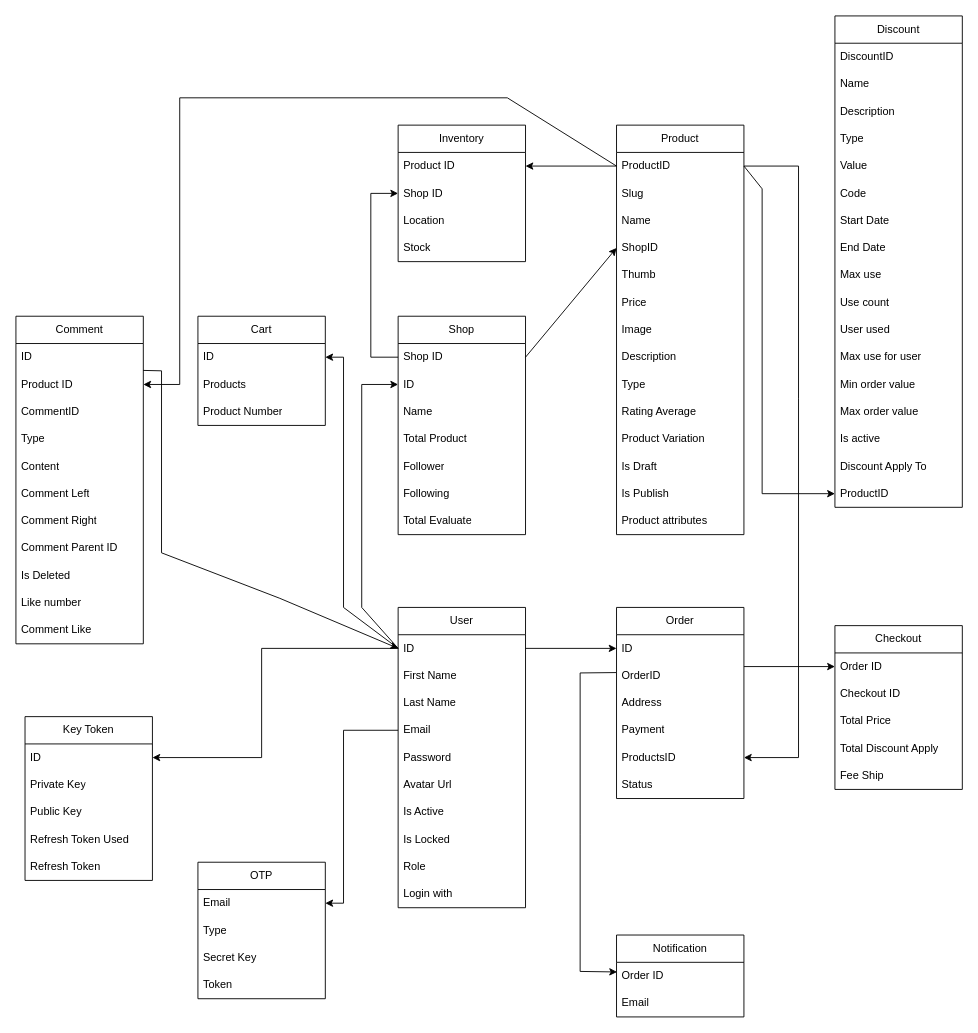
This is Untitled Diagram.drawio from hoangdat12/LazyFy, a draw.io file, before an edit. Source tidied: cells renumbered, new cells numbered last; positions are measured from the earlier drawing's top-left corner, leaving out a move shared by most shapes. Both pictures are drawn from the tidied source at 91%, with x=0, y=0 at pixel (15, 15).
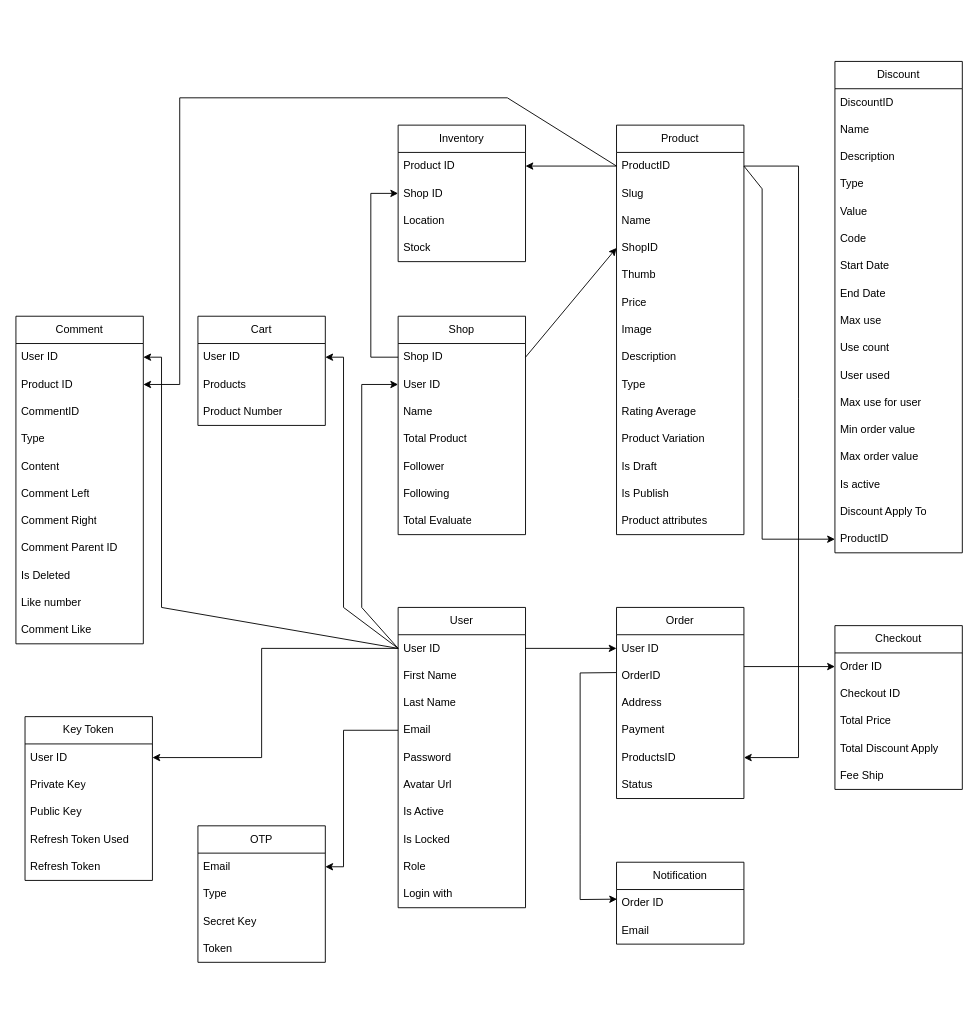
The same page after the edit.

The change refers to these unchanged cells:
```xml
<mxCell id="2" value="User" style="swimlane;fontStyle=0;horizontal=1;startSize=30;whiteSpace=wrap;html=1;" parent="1" vertex="1">
  <mxGeometry x="420" y="650" width="140" height="330" as="geometry" />
</mxCell>
<mxCell id="6" value="Email" style="text;strokeColor=none;fillColor=none;align=left;verticalAlign=middle;spacingLeft=4;spacingRight=4;overflow=hidden;points=[[0,0.5],[1,0.5]];portConstraint=eastwest;whiteSpace=wrap;html=1;" parent="2" vertex="1">
  <mxGeometry y="120" width="140" height="30" as="geometry" />
</mxCell>
<mxCell id="13" value="Key Token" style="swimlane;fontStyle=0;horizontal=1;startSize=30;whiteSpace=wrap;html=1;" parent="1" vertex="1">
  <mxGeometry x="10" y="770" width="140" height="180" as="geometry" />
</mxCell>
<mxCell id="20" value="Email" style="text;strokeColor=none;fillColor=none;align=left;verticalAlign=middle;spacingLeft=4;spacingRight=4;overflow=hidden;points=[[0,0.5],[1,0.5]];portConstraint=eastwest;whiteSpace=wrap;html=1;" parent="19" vertex="1">
  <mxGeometry y="30" width="140" height="30" as="geometry" />
</mxCell>
<mxCell id="25" value="ProductID" style="text;strokeColor=none;fillColor=none;align=left;verticalAlign=middle;spacingLeft=4;spacingRight=4;overflow=hidden;points=[[0,0.5],[1,0.5]];portConstraint=eastwest;whiteSpace=wrap;html=1;" parent="24" vertex="1">
  <mxGeometry y="30" width="140" height="30" as="geometry" />
</mxCell>
<mxCell id="56" value="ProductID" style="text;strokeColor=none;fillColor=none;align=left;verticalAlign=middle;spacingLeft=4;spacingRight=4;overflow=hidden;points=[[0,0.5],[1,0.5]];portConstraint=eastwest;whiteSpace=wrap;html=1;" parent="39" vertex="1">
  <mxGeometry y="510" width="140" height="30" as="geometry" />
</mxCell>
<mxCell id="57" value="Shop" style="swimlane;fontStyle=0;horizontal=1;startSize=30;whiteSpace=wrap;html=1;" parent="1" vertex="1">
  <mxGeometry x="420" y="330" width="140" height="240" as="geometry" />
</mxCell>
<mxCell id="65" value="Order" style="swimlane;fontStyle=0;horizontal=1;startSize=30;whiteSpace=wrap;html=1;" parent="1" vertex="1">
  <mxGeometry x="660" y="650" width="140" height="210" as="geometry" />
</mxCell>
<mxCell id="67" value="OrderID" style="text;strokeColor=none;fillColor=none;align=left;verticalAlign=middle;spacingLeft=4;spacingRight=4;overflow=hidden;points=[[0,0.5],[1,0.5]];portConstraint=eastwest;whiteSpace=wrap;html=1;" parent="65" vertex="1">
  <mxGeometry y="60" width="140" height="30" as="geometry" />
</mxCell>
<mxCell id="83" value="Cart" style="swimlane;fontStyle=0;horizontal=1;startSize=30;whiteSpace=wrap;html=1;" parent="1" vertex="1">
  <mxGeometry x="200" y="330" width="140" height="120" as="geometry" />
</mxCell>
<mxCell id="87" value="Comment" style="swimlane;fontStyle=0;horizontal=1;startSize=30;whiteSpace=wrap;html=1;" parent="1" vertex="1">
  <mxGeometry y="330" width="140" height="360" as="geometry" />
</mxCell>
<mxCell id="110" value="Order ID" style="text;strokeColor=none;fillColor=none;align=left;verticalAlign=middle;spacingLeft=4;spacingRight=4;overflow=hidden;points=[[0,0.5],[1,0.5]];portConstraint=eastwest;whiteSpace=wrap;html=1;" parent="109" vertex="1">
  <mxGeometry y="30" width="140" height="30" as="geometry" />
</mxCell>
```

Diff of the diagram source:
```diff
@@
-    <mxCell id="3" value="ID" style="text;strokeColor=none;fillColor=none;align=left;verticalAlign=middle;spacingLeft=4;spacingRight=4;overflow=hidden;points=[[0,0.5],[1,0.5]];portConstraint=eastwest;whiteSpace=wrap;html=1;" parent="2" vertex="1">
+    <mxCell id="3" value="User ID" style="text;strokeColor=none;fillColor=none;align=left;verticalAlign=middle;spacingLeft=4;spacingRight=4;overflow=hidden;points=[[0,0.5],[1,0.5]];portConstraint=eastwest;whiteSpace=wrap;html=1;" parent="2" vertex="1">
       <mxGeometry y="30" width="140" height="30" as="geometry" />
     </mxCell>
@@
-    <mxCell id="14" value="ID" style="text;strokeColor=none;fillColor=none;align=left;verticalAlign=middle;spacingLeft=4;spacingRight=4;overflow=hidden;points=[[0,0.5],[1,0.5]];portConstraint=eastwest;whiteSpace=wrap;html=1;" parent="13" vertex="1">
+    <mxCell id="14" value="User ID" style="text;strokeColor=none;fillColor=none;align=left;verticalAlign=middle;spacingLeft=4;spacingRight=4;overflow=hidden;points=[[0,0.5],[1,0.5]];portConstraint=eastwest;whiteSpace=wrap;html=1;" parent="13" vertex="1">
       <mxGeometry y="30" width="140" height="30" as="geometry" />
     </mxCell>
@@
     <mxCell id="19" value="OTP" style="swimlane;fontStyle=0;horizontal=1;startSize=30;whiteSpace=wrap;html=1;" parent="1" vertex="1">
-      <mxGeometry x="200" y="930" width="140" height="150" as="geometry" />
+      <mxGeometry x="200" y="890" width="140" height="150" as="geometry" />
     </mxCell>
@@
     <mxCell id="39" value="Discount" style="swimlane;fontStyle=0;horizontal=1;startSize=30;whiteSpace=wrap;html=1;" parent="1" vertex="1">
-      <mxGeometry x="900" width="140" height="540" as="geometry" />
+      <mxGeometry x="900" y="50" width="140" height="540" as="geometry" />
     </mxCell>
@@
-    <mxCell id="59" value="ID" style="text;strokeColor=none;fillColor=none;align=left;verticalAlign=middle;spacingLeft=4;spacingRight=4;overflow=hidden;points=[[0,0.5],[1,0.5]];portConstraint=eastwest;whiteSpace=wrap;html=1;" parent="57" vertex="1">
+    <mxCell id="59" value="User ID" style="text;strokeColor=none;fillColor=none;align=left;verticalAlign=middle;spacingLeft=4;spacingRight=4;overflow=hidden;points=[[0,0.5],[1,0.5]];portConstraint=eastwest;whiteSpace=wrap;html=1;" parent="57" vertex="1">
       <mxGeometry y="60" width="140" height="30" as="geometry" />
     </mxCell>
@@
-    <mxCell id="66" value="ID" style="text;strokeColor=none;fillColor=none;align=left;verticalAlign=middle;spacingLeft=4;spacingRight=4;overflow=hidden;points=[[0,0.5],[1,0.5]];portConstraint=eastwest;whiteSpace=wrap;html=1;" parent="65" vertex="1">
+    <mxCell id="66" value="User ID" style="text;strokeColor=none;fillColor=none;align=left;verticalAlign=middle;spacingLeft=4;spacingRight=4;overflow=hidden;points=[[0,0.5],[1,0.5]];portConstraint=eastwest;whiteSpace=wrap;html=1;" parent="65" vertex="1">
       <mxGeometry y="30" width="140" height="30" as="geometry" />
     </mxCell>
@@
-    <mxCell id="84" value="ID" style="text;strokeColor=none;fillColor=none;align=left;verticalAlign=middle;spacingLeft=4;spacingRight=4;overflow=hidden;points=[[0,0.5],[1,0.5]];portConstraint=eastwest;whiteSpace=wrap;html=1;" parent="83" vertex="1">
+    <mxCell id="84" value="User ID" style="text;strokeColor=none;fillColor=none;align=left;verticalAlign=middle;spacingLeft=4;spacingRight=4;overflow=hidden;points=[[0,0.5],[1,0.5]];portConstraint=eastwest;whiteSpace=wrap;html=1;" parent="83" vertex="1">
       <mxGeometry y="30" width="140" height="30" as="geometry" />
     </mxCell>
@@
-    <mxCell id="88" value="ID" style="text;strokeColor=none;fillColor=none;align=left;verticalAlign=middle;spacingLeft=4;spacingRight=4;overflow=hidden;points=[[0,0.5],[1,0.5]];portConstraint=eastwest;whiteSpace=wrap;html=1;" parent="87" vertex="1">
+    <mxCell id="88" value="User ID" style="text;strokeColor=none;fillColor=none;align=left;verticalAlign=middle;spacingLeft=4;spacingRight=4;overflow=hidden;points=[[0,0.5],[1,0.5]];portConstraint=eastwest;whiteSpace=wrap;html=1;" parent="87" vertex="1">
       <mxGeometry y="30" width="140" height="30" as="geometry" />
     </mxCell>
@@
     <mxCell id="102" style="endArrow=classic;html=1;rounded=0;exitX=1;exitY=0.5;exitDx=0;exitDy=0;entryX=0;entryY=0.5;entryDx=0;entryDy=0;" parent="1" edge="1" source="25" target="56">
       <mxGeometry relative="1" as="geometry">
         <Array as="points">
           <mxPoint x="820" y="190" />
-          <mxPoint x="820" y="525" />
+          <mxPoint x="820" y="575" />
         </Array>
       </mxGeometry>
     </mxCell>
@@
     <mxCell id="108" style="endArrow=classic;html=1;rounded=0;exitX=0;exitY=0.5;exitDx=0;exitDy=0;entryX=1;entryY=0.5;entryDx=0;entryDy=0;" parent="1" edge="1" source="6" target="20">
       <mxGeometry relative="1" as="geometry">
         <Array as="points">
           <mxPoint x="360" y="785" />
-          <mxPoint x="360" y="975" />
+          <mxPoint x="360" y="935" />
         </Array>
       </mxGeometry>
     </mxCell>
     <mxCell id="109" value="Notification" style="swimlane;fontStyle=0;horizontal=1;startSize=30;whiteSpace=wrap;html=1;" parent="1" vertex="1">
-      <mxGeometry x="660" y="1010" width="140" height="90" as="geometry" />
+      <mxGeometry x="660" y="930" width="140" height="90" as="geometry" />
     </mxCell>
@@
     <mxCell id="114" style="endArrow=classic;html=1;rounded=0;exitX=-0.004;exitY=0.386;exitDx=0;exitDy=0;entryX=0.004;entryY=0.353;entryDx=0;entryDy=0;entryPerimeter=0;exitPerimeter=0;" parent="1" edge="1" source="67" target="110">
       <mxGeometry relative="1" as="geometry">
         <Array as="points">
           <mxPoint x="620" y="722" />
           <mxPoint x="620" y="900" />
-          <mxPoint x="620" y="1050" />
+          <mxPoint x="620" y="971" />
         </Array>
       </mxGeometry>
     </mxCell>
-    <mxCell id="115" style="endArrow=classic;html=1;rounded=0;exitX=0.999;exitY=0.985;exitDx=0;exitDy=0;exitPerimeter=0;entryX=0;entryY=0.5;entryDx=0;entryDy=0;" parent="1" edge="1" source="88" target="3">
-      <mxGeometry relative="1" as="geometry">
-        <Array as="points">
-          <mxPoint x="160" y="390" />
-          <mxPoint x="160" y="590" />
-          <mxPoint x="290" y="640" />
-        </Array>
-      </mxGeometry>
-    </mxCell>
+    <mxCell id="116" style="endArrow=classic;html=1;rounded=0;exitX=0;exitY=0.5;exitDx=0;exitDy=0;entryX=1;entryY=0.5;entryDx=0;entryDy=0;" parent="1" edge="1" source="3" target="88">
+      <mxGeometry relative="1" as="geometry">
+        <Array as="points">
+          <mxPoint x="160" y="650" />
+          <mxPoint x="160" y="375" />
+        </Array>
+      </mxGeometry>
+    </mxCell>
```
